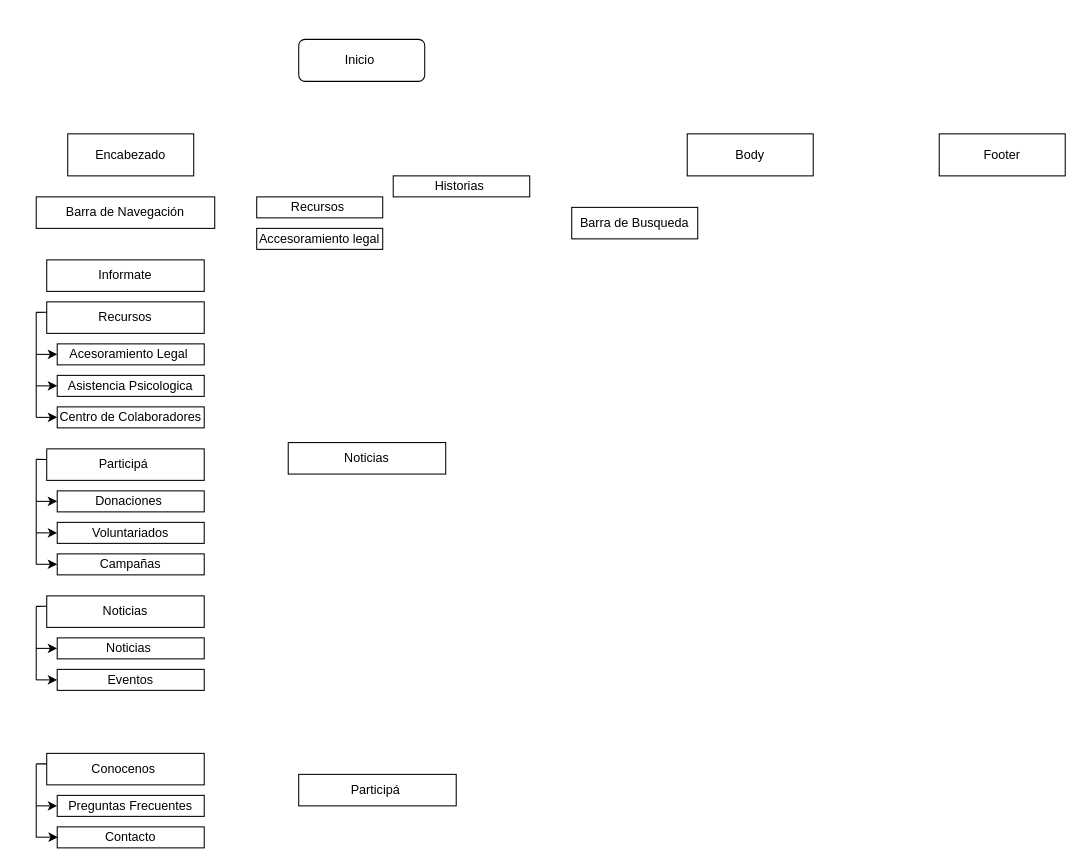
ana-zn/Grupo7 keeps this draw.io diagram as diagrama.drawio. Above is the earlier version. Source tidied: cells renumbered, new cells numbered last; positions are measured from the earlier drawing's top-left corner, leaving out a move shared by most shapes. Both pictures are drawn from the tidied source at 105%, with x=0, y=0 at pixel (36, 39).
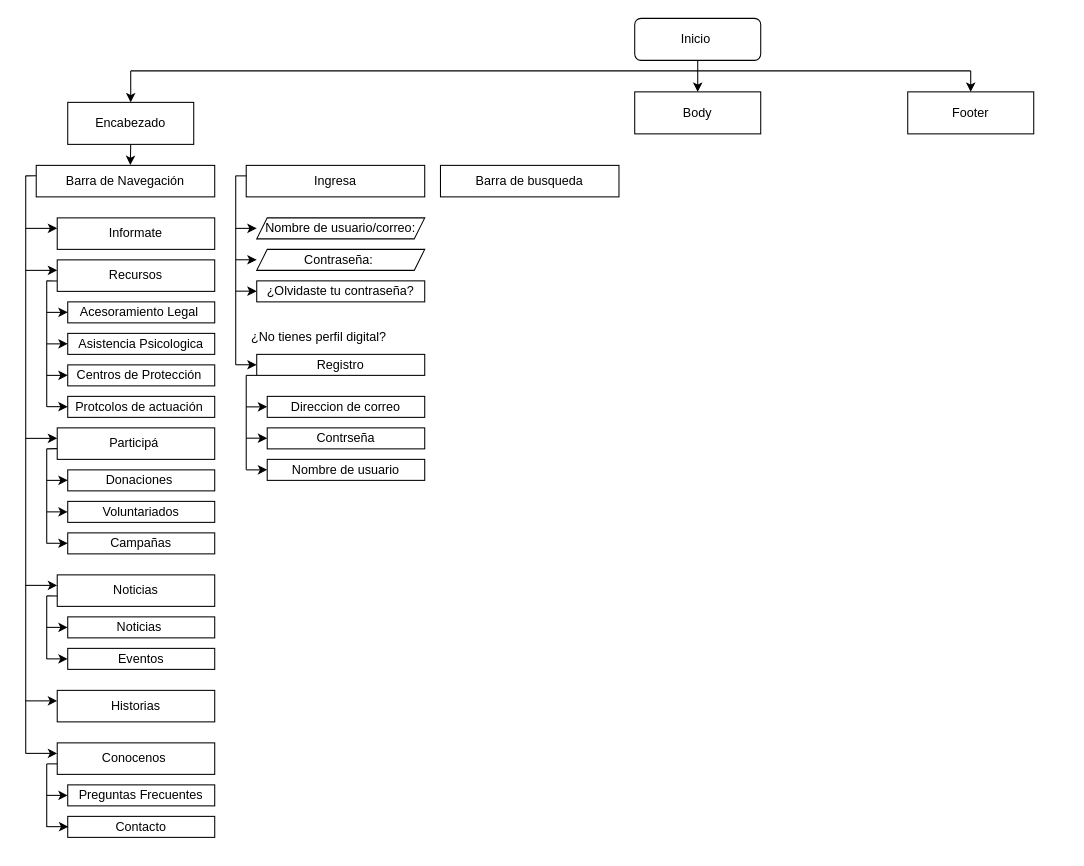
The same diagram, later.

Commit message:
Diagrama: Ingreso

The edit, as a diff of the source:
```diff
@@
     <mxCell id="2" value="Inicio&amp;nbsp;" style="rounded=1;whiteSpace=wrap;html=1;" parent="1" vertex="1">
-      <mxGeometry x="250" width="120" height="40" as="geometry" />
+      <mxGeometry x="570" y="-20" width="120" height="40" as="geometry" />
     </mxCell>
     <mxCell id="3" value="Encabezado" style="rounded=0;whiteSpace=wrap;html=1;" parent="1" vertex="1">
-      <mxGeometry x="30" y="90" width="120" height="40" as="geometry" />
+      <mxGeometry x="30" y="60" width="120" height="40" as="geometry" />
     </mxCell>
     <mxCell id="4" value="Body" style="rounded=0;whiteSpace=wrap;html=1;" parent="1" vertex="1">
-      <mxGeometry x="620" y="90" width="120" height="40" as="geometry" />
+      <mxGeometry x="570" y="50" width="120" height="40" as="geometry" />
     </mxCell>
     <mxCell id="5" value="Footer" style="rounded=0;whiteSpace=wrap;html=1;" parent="1" vertex="1">
-      <mxGeometry x="860" y="90" width="120" height="40" as="geometry" />
+      <mxGeometry x="830" y="50" width="120" height="40" as="geometry" />
     </mxCell>
     <mxCell id="6" value="Barra de Navegación" style="rounded=0;whiteSpace=wrap;html=1;" parent="1" vertex="1">
-      <mxGeometry y="150" width="170" height="30" as="geometry" />
+      <mxGeometry y="120" width="170" height="30" as="geometry" />
     </mxCell>
     <mxCell id="7" value="Informate" style="rounded=0;whiteSpace=wrap;html=1;" parent="1" vertex="1">
-      <mxGeometry x="10" y="210" width="150" height="30" as="geometry" />
+      <mxGeometry x="20" y="170" width="150" height="30" as="geometry" />
     </mxCell>
-    <mxCell id="8" value="Recursos&amp;nbsp;" style="rounded=0;whiteSpace=wrap;html=1;" parent="1" vertex="1">
-      <mxGeometry x="210" y="150" width="120" height="20" as="geometry" />
-    </mxCell>
-    <mxCell id="9" value="Historias&amp;nbsp;" style="rounded=0;whiteSpace=wrap;html=1;" parent="1" vertex="1">
-      <mxGeometry x="340" y="130" width="130" height="20" as="geometry" />
-    </mxCell>
     <mxCell id="10" value="Participá&amp;nbsp;" style="rounded=0;whiteSpace=wrap;html=1;" parent="1" vertex="1">
-      <mxGeometry x="10" y="390" width="150" height="30" as="geometry" />
+      <mxGeometry x="20" y="370" width="150" height="30" as="geometry" />
     </mxCell>
     <mxCell id="11" value="Conocenos&amp;nbsp;" style="rounded=0;whiteSpace=wrap;html=1;" parent="1" vertex="1">
-      <mxGeometry x="10" y="680" width="150" height="30" as="geometry" />
+      <mxGeometry x="20" y="670" width="150" height="30" as="geometry" />
     </mxCell>
     <mxCell id="12" value="Preguntas Frecuentes" style="rounded=0;whiteSpace=wrap;html=1;" parent="1" vertex="1">
-      <mxGeometry x="20" y="720" width="140" height="20" as="geometry" />
+      <mxGeometry x="30" y="710" width="140" height="20" as="geometry" />
     </mxCell>
-    <mxCell id="13" value="Barra de Busqueda" style="rounded=0;whiteSpace=wrap;html=1;" parent="1" vertex="1">
-      <mxGeometry x="510" y="160" width="120" height="30" as="geometry" />
-    </mxCell>
-    <mxCell id="14" value="Accesoramiento legal" style="rounded=0;whiteSpace=wrap;html=1;" parent="1" vertex="1">
-      <mxGeometry x="210" y="180" width="120" height="20" as="geometry" />
-    </mxCell>
     <mxCell id="15" value="Contacto" style="rounded=0;whiteSpace=wrap;html=1;" parent="1" vertex="1">
-      <mxGeometry x="20" y="750" width="140" height="20" as="geometry" />
+      <mxGeometry x="30" y="740" width="140" height="20" as="geometry" />
     </mxCell>
-    <mxCell id="16" style="endArrow=none;html=1;entryX=0;entryY=0.334;entryDx=0;entryDy=0;entryPerimeter=0;" parent="1" edge="1" target="11">
+    <mxCell id="16" style="endArrow=none;html=1;" parent="1" edge="1">
       <mxGeometry relative="1" as="geometry">
-        <mxPoint y="690" as="sourcePoint" />
+        <mxPoint x="10" y="690" as="sourcePoint" />
+        <mxPoint x="20" y="690" as="targetPoint" />
       </mxGeometry>
     </mxCell>
     <mxCell id="17" style="endArrow=none;html=1;" parent="1" edge="1">
       <mxGeometry relative="1" as="geometry">
-        <mxPoint y="760" as="sourcePoint" />
-        <mxPoint y="690" as="targetPoint" />
+        <mxPoint x="10" y="750" as="sourcePoint" />
+        <mxPoint x="10" y="690" as="targetPoint" />
       </mxGeometry>
     </mxCell>
     <mxCell id="18" style="endArrow=classic;html=1;entryX=0;entryY=0.5;entryDx=0;entryDy=0;" parent="1" edge="1" target="12">
       <mxGeometry relative="1" as="geometry">
-        <mxPoint y="730" as="sourcePoint" />
+        <mxPoint x="10" y="720" as="sourcePoint" />
         <Array as="points">
-          <mxPoint x="20" y="730" />
+          <mxPoint x="30" y="720" />
         </Array>
       </mxGeometry>
     </mxCell>
     <mxCell id="19" style="endArrow=classic;html=1;" parent="1" edge="1">
       <mxGeometry relative="1" as="geometry">
-        <mxPoint y="759.8" as="sourcePoint" />
-        <mxPoint x="20" y="760" as="targetPoint" />
+        <mxPoint x="10" y="749.8" as="sourcePoint" />
+        <mxPoint x="30" y="750" as="targetPoint" />
         <Array as="points">
-          <mxPoint x="20.6" y="759.8" />
+          <mxPoint x="30.6" y="749.8" />
         </Array>
       </mxGeometry>
     </mxCell>
     <mxCell id="20" value="Donaciones&amp;nbsp;" style="rounded=0;whiteSpace=wrap;html=1;" parent="1" vertex="1">
-      <mxGeometry x="20" y="430" width="140" height="20" as="geometry" />
+      <mxGeometry x="30" y="410" width="140" height="20" as="geometry" />
     </mxCell>
     <mxCell id="21" value="Voluntariados" style="rounded=0;whiteSpace=wrap;html=1;" parent="1" vertex="1">
-      <mxGeometry x="20" y="460" width="140" height="20" as="geometry" />
+      <mxGeometry x="30" y="440" width="140" height="20" as="geometry" />
     </mxCell>
     <mxCell id="22" style="endArrow=none;html=1;" parent="1" edge="1">
       <mxGeometry relative="1" as="geometry">
-        <mxPoint y="500" as="sourcePoint" />
-        <mxPoint y="400" as="targetPoint" />
+        <mxPoint x="10" y="480" as="sourcePoint" />
+        <mxPoint x="10" y="390" as="targetPoint" />
       </mxGeometry>
     </mxCell>
-    <mxCell id="23" style="endArrow=none;html=1;entryX=0;entryY=0.336;entryDx=0;entryDy=0;entryPerimeter=0;" parent="1" edge="1" target="10">
+    <mxCell id="23" style="endArrow=none;html=1;entryX=-0.001;entryY=0.659;entryDx=0;entryDy=0;entryPerimeter=0;" parent="1" edge="1" target="10">
       <mxGeometry relative="1" as="geometry">
-        <mxPoint y="400" as="sourcePoint" />
+        <mxPoint x="10" y="390" as="sourcePoint" />
       </mxGeometry>
     </mxCell>
     <mxCell id="24" style="endArrow=classic;html=1;entryX=0;entryY=0.5;entryDx=0;entryDy=0;" parent="1" edge="1" target="20">
       <mxGeometry relative="1" as="geometry">
-        <mxPoint y="440" as="sourcePoint" />
+        <mxPoint x="10" y="420" as="sourcePoint" />
       </mxGeometry>
     </mxCell>
     <mxCell id="25" style="endArrow=classic;html=1;entryX=0;entryY=0.5;entryDx=0;entryDy=0;" parent="1" edge="1" target="21">
       <mxGeometry relative="1" as="geometry">
-        <mxPoint y="470" as="sourcePoint" />
+        <mxPoint x="10" y="450" as="sourcePoint" />
       </mxGeometry>
     </mxCell>
     <mxCell id="26" value="Recursos" style="rounded=0;whiteSpace=wrap;html=1;" parent="1" vertex="1">
-      <mxGeometry x="10" y="250" width="150" height="30" as="geometry" />
+      <mxGeometry x="20" y="210" width="150" height="30" as="geometry" />
     </mxCell>
-    <mxCell id="27" value="Noticias" style="rounded=0;whiteSpace=wrap;html=1;" parent="1" vertex="1">
-      <mxGeometry x="240" y="384" width="150" height="30" as="geometry" />
+    <mxCell id="27" value="Historias" style="rounded=0;whiteSpace=wrap;html=1;" parent="1" vertex="1">
+      <mxGeometry x="20" y="620" width="150" height="30" as="geometry" />
     </mxCell>
     <mxCell id="28" value="Noticias" style="rounded=0;whiteSpace=wrap;html=1;" parent="1" vertex="1">
-      <mxGeometry x="10" y="530" width="150" height="30" as="geometry" />
+      <mxGeometry x="20" y="510" width="150" height="30" as="geometry" />
     </mxCell>
     <mxCell id="29" value="Acesoramiento Legal&amp;nbsp;" style="rounded=0;whiteSpace=wrap;html=1;" parent="1" vertex="1">
-      <mxGeometry x="20" y="290" width="140" height="20" as="geometry" />
+      <mxGeometry x="30" y="250" width="140" height="20" as="geometry" />
     </mxCell>
     <mxCell id="30" value="Asistencia Psicologica" style="rounded=0;whiteSpace=wrap;html=1;" parent="1" vertex="1">
-      <mxGeometry x="20" y="320" width="140" height="20" as="geometry" />
+      <mxGeometry x="30" y="280" width="140" height="20" as="geometry" />
     </mxCell>
-    <mxCell id="31" value="Centro de Colaboradores" style="rounded=0;whiteSpace=wrap;html=1;" parent="1" vertex="1">
-      <mxGeometry x="20" y="350" width="140" height="20" as="geometry" />
+    <mxCell id="31" value="Centros de Protección&amp;nbsp;" style="rounded=0;whiteSpace=wrap;html=1;" parent="1" vertex="1">
+      <mxGeometry x="30" y="310" width="140" height="20" as="geometry" />
     </mxCell>
-    <mxCell id="32" style="endArrow=none;html=1;entryX=0.002;entryY=0.331;entryDx=0;entryDy=0;entryPerimeter=0;" parent="1" edge="1" target="26">
+    <mxCell id="32" style="endArrow=none;html=1;entryX=-0.001;entryY=0.67;entryDx=0;entryDy=0;entryPerimeter=0;" parent="1" edge="1" target="26">
       <mxGeometry relative="1" as="geometry">
-        <mxPoint y="260" as="sourcePoint" />
+        <mxPoint x="10" y="230" as="sourcePoint" />
       </mxGeometry>
     </mxCell>
     <mxCell id="33" style="endArrow=none;html=1;" parent="1" edge="1">
       <mxGeometry relative="1" as="geometry">
-        <mxPoint y="360" as="sourcePoint" />
-        <mxPoint y="260" as="targetPoint" />
+        <mxPoint x="10" y="350" as="sourcePoint" />
+        <mxPoint x="10" y="230" as="targetPoint" />
       </mxGeometry>
     </mxCell>
     <mxCell id="34" style="endArrow=classic;html=1;entryX=0;entryY=0.5;entryDx=0;entryDy=0;" parent="1" edge="1" target="29">
       <mxGeometry relative="1" as="geometry">
-        <mxPoint y="300" as="sourcePoint" />
+        <mxPoint x="10" y="260" as="sourcePoint" />
       </mxGeometry>
     </mxCell>
     <mxCell id="35" style="endArrow=classic;html=1;" parent="1" edge="1" target="30">
       <mxGeometry relative="1" as="geometry">
-        <mxPoint y="330" as="sourcePoint" />
+        <mxPoint x="10" y="290" as="sourcePoint" />
       </mxGeometry>
     </mxCell>
     <mxCell id="36" style="endArrow=classic;html=1;entryX=0;entryY=0.5;entryDx=0;entryDy=0;" parent="1" edge="1" target="31">
       <mxGeometry relative="1" as="geometry">
-        <mxPoint y="360" as="sourcePoint" />
+        <mxPoint x="10" y="320" as="sourcePoint" />
       </mxGeometry>
     </mxCell>
     <mxCell id="37" value="Campañas" style="rounded=0;whiteSpace=wrap;html=1;" parent="1" vertex="1">
-      <mxGeometry x="20" y="490" width="140" height="20" as="geometry" />
+      <mxGeometry x="30" y="470" width="140" height="20" as="geometry" />
     </mxCell>
     <mxCell id="38" style="endArrow=classic;html=1;entryX=0;entryY=0.5;entryDx=0;entryDy=0;" parent="1" edge="1">
       <mxGeometry relative="1" as="geometry">
-        <mxPoint y="499.9" as="sourcePoint" />
-        <mxPoint x="20" y="499.9" as="targetPoint" />
+        <mxPoint x="10" y="479.9" as="sourcePoint" />
+        <mxPoint x="30" y="479.9" as="targetPoint" />
       </mxGeometry>
     </mxCell>
-    <mxCell id="39" value="Participá&amp;nbsp;" style="rounded=0;whiteSpace=wrap;html=1;" parent="1" vertex="1">
-      <mxGeometry x="250" y="700" width="150" height="30" as="geometry" />
-    </mxCell>
     <mxCell id="40" value="Noticias&amp;nbsp;" style="rounded=0;whiteSpace=wrap;html=1;" parent="1" vertex="1">
-      <mxGeometry x="20" y="570" width="140" height="20" as="geometry" />
+      <mxGeometry x="30" y="550" width="140" height="20" as="geometry" />
     </mxCell>
     <mxCell id="41" value="Eventos" style="rounded=0;whiteSpace=wrap;html=1;" parent="1" vertex="1">
-      <mxGeometry x="20" y="600" width="140" height="20" as="geometry" />
+      <mxGeometry x="30" y="580" width="140" height="20" as="geometry" />
     </mxCell>
-    <mxCell id="42" style="endArrow=none;html=1;entryX=-0.001;entryY=0.33;entryDx=0;entryDy=0;entryPerimeter=0;" parent="1" edge="1" target="28">
+    <mxCell id="42" style="endArrow=none;html=1;entryX=0.002;entryY=0.67;entryDx=0;entryDy=0;entryPerimeter=0;" parent="1" edge="1" target="28">
       <mxGeometry relative="1" as="geometry">
-        <mxPoint y="540" as="sourcePoint" />
+        <mxPoint x="10" y="530" as="sourcePoint" />
       </mxGeometry>
     </mxCell>
     <mxCell id="43" style="endArrow=none;html=1;" parent="1" edge="1">
       <mxGeometry relative="1" as="geometry">
-        <mxPoint y="610" as="sourcePoint" />
-        <mxPoint y="540" as="targetPoint" />
+        <mxPoint x="10" y="590" as="sourcePoint" />
+        <mxPoint x="10" y="530" as="targetPoint" />
       </mxGeometry>
     </mxCell>
     <mxCell id="44" style="endArrow=classic;html=1;entryX=0;entryY=0.5;entryDx=0;entryDy=0;" parent="1" edge="1" target="40">
       <mxGeometry relative="1" as="geometry">
-        <mxPoint y="580" as="sourcePoint" />
+        <mxPoint x="10" y="560" as="sourcePoint" />
       </mxGeometry>
     </mxCell>
     <mxCell id="45" style="endArrow=classic;html=1;entryX=0;entryY=0.5;entryDx=0;entryDy=0;" parent="1" edge="1" target="41">
       <mxGeometry relative="1" as="geometry">
-        <mxPoint y="610" as="sourcePoint" />
+        <mxPoint x="10" y="590" as="sourcePoint" />
       </mxGeometry>
     </mxCell>
+    <mxCell id="46" style="endArrow=classic;html=1;entryX=0.527;entryY=-0.01;entryDx=0;entryDy=0;exitX=0.5;exitY=1;exitDx=0;exitDy=0;entryPerimeter=0;" parent="1" edge="1" source="3" target="6">
+      <mxGeometry relative="1" as="geometry" />
+    </mxCell>
+    <mxCell id="47" style="endArrow=none;html=1;entryX=-0.001;entryY=0.332;entryDx=0;entryDy=0;entryPerimeter=0;" parent="1" edge="1" target="6">
+      <mxGeometry relative="1" as="geometry">
+        <mxPoint x="-10" y="130" as="sourcePoint" />
+      </mxGeometry>
+    </mxCell>
+    <mxCell id="48" style="endArrow=none;html=1;" parent="1" edge="1">
+      <mxGeometry relative="1" as="geometry">
+        <mxPoint x="-10" y="680" as="sourcePoint" />
+        <mxPoint x="-10" y="130" as="targetPoint" />
+      </mxGeometry>
+    </mxCell>
+    <mxCell id="49" style="endArrow=classic;html=1;" parent="1" edge="1">
+      <mxGeometry relative="1" as="geometry">
+        <mxPoint x="-10" y="180" as="sourcePoint" />
+        <mxPoint x="20" y="180" as="targetPoint" />
+      </mxGeometry>
+    </mxCell>
+    <mxCell id="50" style="endArrow=classic;html=1;" parent="1" edge="1">
+      <mxGeometry relative="1" as="geometry">
+        <mxPoint x="-10" y="220" as="sourcePoint" />
+        <mxPoint x="20" y="220" as="targetPoint" />
+      </mxGeometry>
+    </mxCell>
+    <mxCell id="51" style="endArrow=classic;html=1;" parent="1" edge="1">
+      <mxGeometry relative="1" as="geometry">
+        <mxPoint x="-10" y="380" as="sourcePoint" />
+        <mxPoint x="20" y="380" as="targetPoint" />
+      </mxGeometry>
+    </mxCell>
+    <mxCell id="52" style="endArrow=classic;html=1;" parent="1" edge="1">
+      <mxGeometry relative="1" as="geometry">
+        <mxPoint x="-10" y="520" as="sourcePoint" />
+        <mxPoint x="20" y="520" as="targetPoint" />
+      </mxGeometry>
+    </mxCell>
+    <mxCell id="53" style="endArrow=classic;html=1;" parent="1" edge="1">
+      <mxGeometry relative="1" as="geometry">
+        <mxPoint x="-10" y="630" as="sourcePoint" />
+        <mxPoint x="20" y="630" as="targetPoint" />
+      </mxGeometry>
+    </mxCell>
+    <mxCell id="54" style="endArrow=classic;html=1;" parent="1" edge="1">
+      <mxGeometry relative="1" as="geometry">
+        <mxPoint x="-10" y="680" as="sourcePoint" />
+        <mxPoint x="20" y="680" as="targetPoint" />
+      </mxGeometry>
+    </mxCell>
+    <mxCell id="55" value="Protcolos de actuación&amp;nbsp;" style="rounded=0;whiteSpace=wrap;html=1;" parent="1" vertex="1">
+      <mxGeometry x="30" y="340" width="140" height="20" as="geometry" />
+    </mxCell>
+    <mxCell id="56" style="endArrow=classic;html=1;entryX=0;entryY=0.5;entryDx=0;entryDy=0;" parent="1" edge="1">
+      <mxGeometry relative="1" as="geometry">
+        <mxPoint x="10" y="349.8" as="sourcePoint" />
+        <mxPoint x="30" y="349.8" as="targetPoint" />
+      </mxGeometry>
+    </mxCell>
+    <mxCell id="57" value="Ingresa" style="rounded=0;whiteSpace=wrap;html=1;" parent="1" vertex="1">
+      <mxGeometry x="200" y="120" width="170" height="30" as="geometry" />
+    </mxCell>
+    <mxCell id="58" value="Barra de busqueda" style="rounded=0;whiteSpace=wrap;html=1;" parent="1" vertex="1">
+      <mxGeometry x="385" y="120" width="170" height="30" as="geometry" />
+    </mxCell>
+    <mxCell id="59" value="Nombre de usuario/correo:" style="shape=parallelogram;perimeter=parallelogramPerimeter;whiteSpace=wrap;html=1;fixedSize=1;size=10;" parent="1" vertex="1">
+      <mxGeometry x="210" y="170" width="160" height="20" as="geometry" />
+    </mxCell>
+    <mxCell id="60" value="Contraseña:&amp;nbsp;" style="shape=parallelogram;perimeter=parallelogramPerimeter;whiteSpace=wrap;html=1;fixedSize=1;size=10;" parent="1" vertex="1">
+      <mxGeometry x="210" y="200" width="160" height="20" as="geometry" />
+    </mxCell>
+    <mxCell id="61" value="¿Olvidaste tu contraseña?" style="rounded=0;whiteSpace=wrap;html=1;" parent="1" vertex="1">
+      <mxGeometry x="210" y="230" width="160" height="20" as="geometry" />
+    </mxCell>
+    <mxCell id="62" value="&lt;h1&gt;&lt;span style=&quot;background-color: initial; font-size: 12px; font-weight: normal;&quot;&gt;¿No tienes perfil digital?&lt;/span&gt;&lt;br&gt;&lt;/h1&gt;" style="text;html=1;strokeColor=none;fillColor=none;spacing=5;spacingTop=-20;whiteSpace=wrap;overflow=hidden;rounded=0;" parent="1" vertex="1">
+      <mxGeometry x="200" y="260" width="155" height="40" as="geometry" />
+    </mxCell>
+    <mxCell id="63" value="Registro" style="rounded=0;whiteSpace=wrap;html=1;" parent="1" vertex="1">
+      <mxGeometry x="210" y="300" width="160" height="20" as="geometry" />
+    </mxCell>
+    <mxCell id="64" style="endArrow=none;html=1;" parent="1" edge="1">
+      <mxGeometry relative="1" as="geometry">
+        <mxPoint x="190" y="310" as="sourcePoint" />
+        <mxPoint x="190" y="130" as="targetPoint" />
+      </mxGeometry>
+    </mxCell>
+    <mxCell id="65" style="endArrow=none;html=1;" parent="1" edge="1">
+      <mxGeometry relative="1" as="geometry">
+        <mxPoint x="190" y="130" as="sourcePoint" />
+        <mxPoint x="200" y="130" as="targetPoint" />
+      </mxGeometry>
+    </mxCell>
+    <mxCell id="66" style="endArrow=classic;html=1;" parent="1" edge="1">
+      <mxGeometry relative="1" as="geometry">
+        <mxPoint x="190" y="180" as="sourcePoint" />
+        <mxPoint x="210" y="180" as="targetPoint" />
+      </mxGeometry>
+    </mxCell>
+    <mxCell id="67" style="endArrow=classic;html=1;" parent="1" edge="1">
+      <mxGeometry relative="1" as="geometry">
+        <mxPoint x="190" y="209.9" as="sourcePoint" />
+        <mxPoint x="210" y="209.9" as="targetPoint" />
+      </mxGeometry>
+    </mxCell>
+    <mxCell id="68" style="endArrow=classic;html=1;" parent="1" edge="1">
+      <mxGeometry relative="1" as="geometry">
+        <mxPoint x="190" y="239.8" as="sourcePoint" />
+        <mxPoint x="210" y="239.8" as="targetPoint" />
+      </mxGeometry>
+    </mxCell>
+    <mxCell id="69" style="endArrow=classic;html=1;" parent="1" edge="1">
+      <mxGeometry relative="1" as="geometry">
+        <mxPoint x="190" y="309.9" as="sourcePoint" />
+        <mxPoint x="210" y="309.9" as="targetPoint" />
+      </mxGeometry>
+    </mxCell>
+    <mxCell id="70" value="Direccion de correo" style="rounded=0;whiteSpace=wrap;html=1;" parent="1" vertex="1">
+      <mxGeometry x="220" y="340" width="150" height="20" as="geometry" />
+    </mxCell>
+    <mxCell id="71" value="Contrseña" style="rounded=0;whiteSpace=wrap;html=1;" parent="1" vertex="1">
+      <mxGeometry x="220" y="370" width="150" height="20" as="geometry" />
+    </mxCell>
+    <mxCell id="72" value="Nombre de usuario" style="rounded=0;whiteSpace=wrap;html=1;" parent="1" vertex="1">
+      <mxGeometry x="220" y="400" width="150" height="20" as="geometry" />
+    </mxCell>
+    <mxCell id="73" style="endArrow=none;html=1;entryX=0;entryY=1;entryDx=0;entryDy=0;" parent="1" edge="1" target="63">
+      <mxGeometry relative="1" as="geometry">
+        <mxPoint x="200" y="320" as="sourcePoint" />
+      </mxGeometry>
+    </mxCell>
+    <mxCell id="74" style="endArrow=none;html=1;" parent="1" edge="1">
+      <mxGeometry relative="1" as="geometry">
+        <mxPoint x="200" y="410" as="sourcePoint" />
+        <mxPoint x="200" y="320" as="targetPoint" />
+      </mxGeometry>
+    </mxCell>
+    <mxCell id="75" style="endArrow=classic;html=1;entryX=0;entryY=0.5;entryDx=0;entryDy=0;" parent="1" edge="1" target="70">
+      <mxGeometry relative="1" as="geometry">
+        <mxPoint x="200" y="350" as="sourcePoint" />
+      </mxGeometry>
+    </mxCell>
+    <mxCell id="76" style="endArrow=classic;html=1;entryX=0;entryY=0.5;entryDx=0;entryDy=0;" parent="1" edge="1">
+      <mxGeometry relative="1" as="geometry">
+        <mxPoint x="200" y="379.8" as="sourcePoint" />
+        <mxPoint x="220" y="379.8" as="targetPoint" />
+      </mxGeometry>
+    </mxCell>
+    <mxCell id="77" style="endArrow=classic;html=1;entryX=0;entryY=0.5;entryDx=0;entryDy=0;" parent="1" edge="1">
+      <mxGeometry relative="1" as="geometry">
+        <mxPoint x="200" y="410" as="sourcePoint" />
+        <mxPoint x="220" y="410" as="targetPoint" />
+      </mxGeometry>
+    </mxCell>
+    <mxCell id="78" style="endArrow=none;html=1;" parent="1" edge="1">
+      <mxGeometry relative="1" as="geometry">
+        <mxPoint x="90" y="30" as="sourcePoint" />
+        <mxPoint x="890" y="30" as="targetPoint" />
+      </mxGeometry>
+    </mxCell>
+    <mxCell id="79" style="endArrow=classic;html=1;exitX=0.5;exitY=1;exitDx=0;exitDy=0;entryX=0.5;entryY=0;entryDx=0;entryDy=0;" parent="1" edge="1" source="2" target="4">
+      <mxGeometry relative="1" as="geometry" />
+    </mxCell>
+    <mxCell id="80" style="endArrow=classic;html=1;entryX=0.5;entryY=0;entryDx=0;entryDy=0;" parent="1" edge="1" target="3">
+      <mxGeometry relative="1" as="geometry">
+        <mxPoint x="90" y="30" as="sourcePoint" />
+      </mxGeometry>
+    </mxCell>
+    <mxCell id="81" style="endArrow=classic;html=1;" parent="1" edge="1" target="5">
+      <mxGeometry relative="1" as="geometry">
+        <mxPoint x="890" y="30" as="sourcePoint" />
+      </mxGeometry>
+    </mxCell>
```
